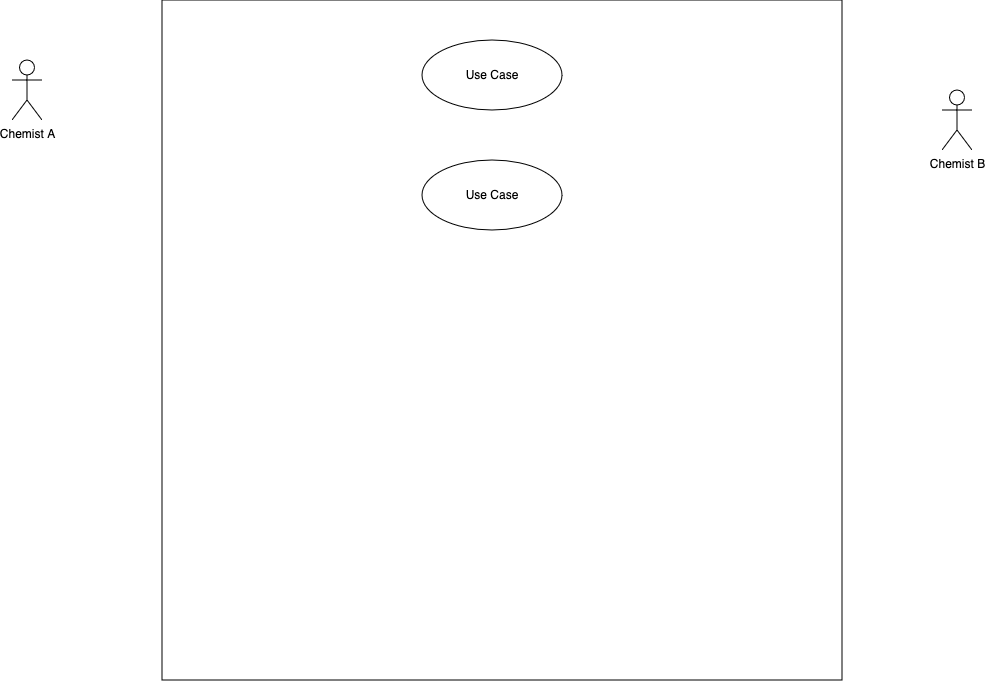
Before: use-case.png, a diagram exported from draw.io (a-l-a-z-a-r/Chemical-Mixing-Data-Synthesis). Source tidied: cells renumbered, new cells last; positions are measured from the earlier drawing's top-left corner, leaving out a move shared by most shapes. Source of this version:
```xml
<mxGraphModel>
  <root>
    <mxCell id="0" />
    <mxCell id="1" parent="0" />
    <mxCell id="2" style="whiteSpace=wrap;html=1;labelBackgroundColor=none;" parent="1" vertex="1">
      <mxGeometry x="150" width="680" height="680" as="geometry" />
    </mxCell>
    <mxCell id="3" value="Chemist A" style="shape=umlActor;verticalLabelPosition=bottom;verticalAlign=top;html=1;labelBackgroundColor=none;" parent="1" vertex="1">
      <mxGeometry y="60" width="30" height="60" as="geometry" />
    </mxCell>
    <mxCell id="4" value="&lt;div&gt;Chemist B&lt;/div&gt;&lt;div&gt;&lt;br&gt;&lt;/div&gt;" style="shape=umlActor;verticalLabelPosition=bottom;verticalAlign=top;html=1;labelBackgroundColor=none;" parent="1" vertex="1">
      <mxGeometry x="930" y="90" width="30" height="60" as="geometry" />
    </mxCell>
    <mxCell id="5" value="Use Case" style="ellipse;whiteSpace=wrap;html=1;labelBackgroundColor=none;" parent="1" vertex="1">
      <mxGeometry x="410" y="40" width="140" height="70" as="geometry" />
    </mxCell>
    <mxCell id="6" value="Use Case" style="ellipse;whiteSpace=wrap;html=1;labelBackgroundColor=none;" parent="1" vertex="1">
      <mxGeometry x="410" y="160" width="140" height="70" as="geometry" />
    </mxCell>
  </root>
</mxGraphModel>
```
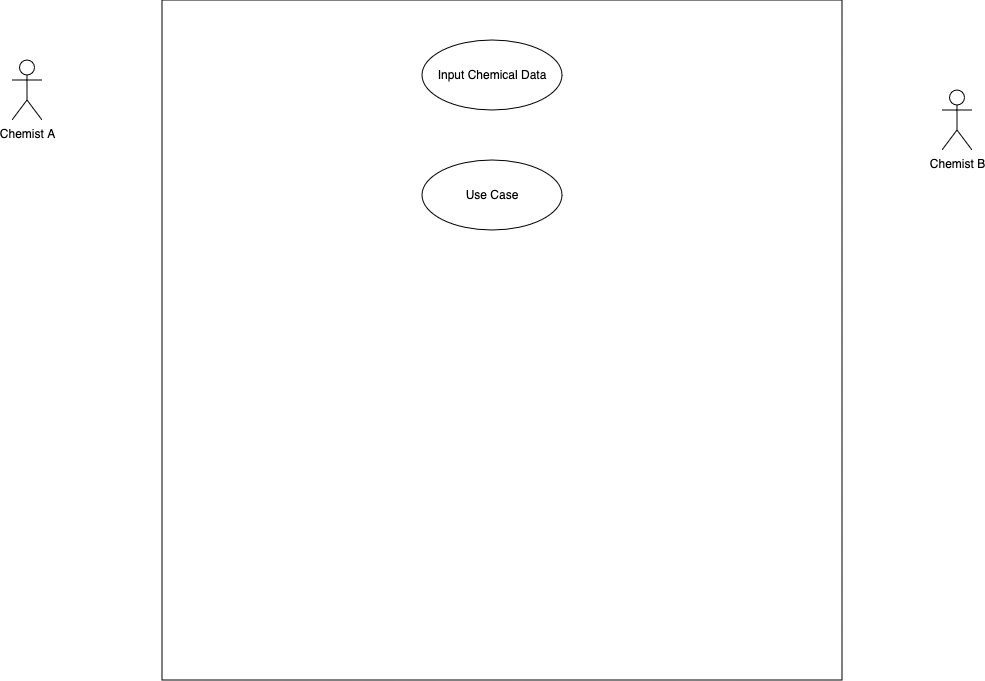
After the commit.

Diff of the diagram source:
```diff
@@ -11,7 +11,7 @@
     <mxCell id="4" value="&lt;div&gt;Chemist B&lt;/div&gt;&lt;div&gt;&lt;br&gt;&lt;/div&gt;" style="shape=umlActor;verticalLabelPosition=bottom;verticalAlign=top;html=1;labelBackgroundColor=none;" parent="1" vertex="1">
       <mxGeometry x="930" y="90" width="30" height="60" as="geometry" />
     </mxCell>
-    <mxCell id="5" value="Use Case" style="ellipse;whiteSpace=wrap;html=1;labelBackgroundColor=none;" parent="1" vertex="1">
+    <mxCell id="5" value=" Input Chemical Data" style="ellipse;whiteSpace=wrap;html=1;labelBackgroundColor=none;" parent="1" vertex="1">
       <mxGeometry x="410" y="40" width="140" height="70" as="geometry" />
     </mxCell>
     <mxCell id="6" value="Use Case" style="ellipse;whiteSpace=wrap;html=1;labelBackgroundColor=none;" parent="1" vertex="1">
```
